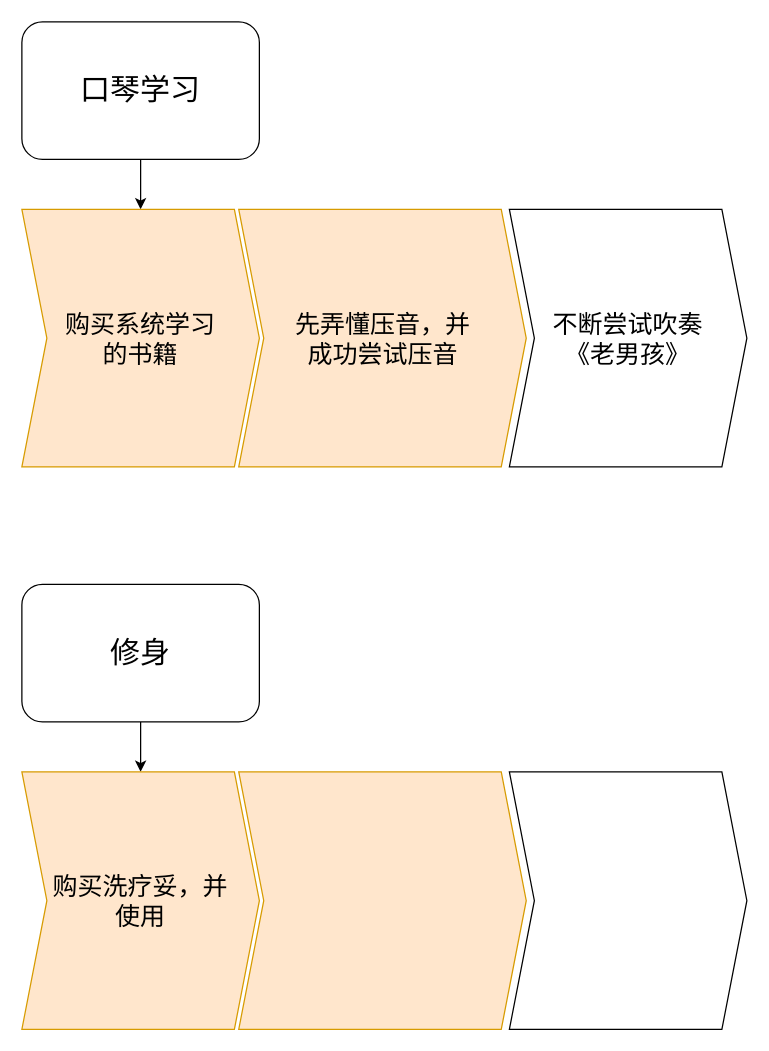
This is page "生活优化" (4 of 6) of scheduler.drawio from xiaoniaoyouhuajiang/ClassNotebook, a draw.io file, before an edit. Source tidied: cells renumbered, new cells numbered last; positions are measured from the earlier drawing's top-left corner, leaving out a move shared by most shapes. Both pictures are drawn from the tidied source at 125%, with x=0, y=0 at pixel (21, 21).
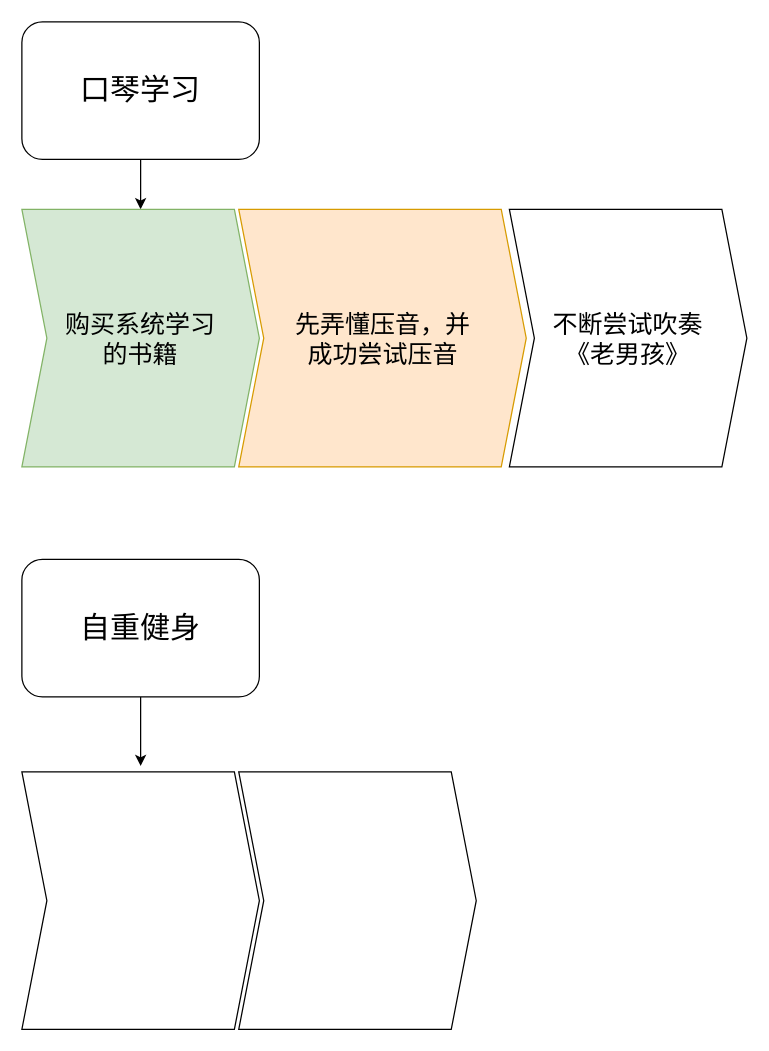
The same diagram, later.

What changed in the source:
```diff
@@
 <mxGraphModel>
   <root>
     <mxCell id="0" />
     <mxCell id="1" parent="0" />
     <mxCell id="2" style="edgeStyle=orthogonalEdgeStyle;rounded=0;jettySize=auto;html=1;" parent="1" edge="1" source="3" target="4">
       <mxGeometry relative="1" as="geometry" />
     </mxCell>
     <mxCell id="3" value="&lt;span style=&quot;font-size: 24px;&quot;&gt;口琴学习&lt;/span&gt;" style="rounded=1;whiteSpace=wrap;html=1;" parent="1" vertex="1">
       <mxGeometry width="190" height="110" as="geometry" />
     </mxCell>
-    <mxCell id="4" value="购买系统学习&#10;的书籍" style="shape=step;perimeter=stepPerimeter;fixedSize=1;points=[];whiteSpace=wrap;fontSize=20;fillColor=#ffe6cc;strokeColor=#d79b00;" parent="1" vertex="1">
+    <mxCell id="4" value="购买系统学习&#10;的书籍" style="shape=step;perimeter=stepPerimeter;fixedSize=1;points=[];whiteSpace=wrap;fontSize=20;fillColor=#d5e8d4;strokeColor=#82b366;" parent="1" vertex="1">
       <mxGeometry y="150" width="190" height="206" as="geometry" />
     </mxCell>
     <mxCell id="5" value="先弄懂压音，并&#10;成功尝试压音" style="shape=step;perimeter=stepPerimeter;fixedSize=1;whiteSpace=wrap;fontSize=20;fillColor=#ffe6cc;strokeColor=#d79b00;" parent="1" vertex="1">
       <mxGeometry x="173.5" y="150" width="230" height="206" as="geometry" />
     </mxCell>
     <mxCell id="6" value="不断尝试吹奏&#10;《老男孩》" style="shape=step;perimeter=stepPerimeter;fixedSize=1;whiteSpace=wrap;fontSize=20;" parent="1" vertex="1">
       <mxGeometry x="390" y="150" width="190" height="206" as="geometry" />
     </mxCell>
-    <mxCell id="7" style="edgeStyle=orthogonalEdgeStyle;rounded=0;jettySize=auto;html=1;" parent="1" edge="1" source="8" target="9">
-      <mxGeometry relative="1" as="geometry" />
-    </mxCell>
-    <mxCell id="8" value="&lt;span style=&quot;font-size: 24px&quot;&gt;修身&lt;/span&gt;" style="rounded=1;whiteSpace=wrap;html=1;" parent="1" vertex="1">
-      <mxGeometry y="450" width="190" height="110" as="geometry" />
-    </mxCell>
-    <mxCell id="9" value="购买洗疗妥，并&#10;使用" style="shape=step;perimeter=stepPerimeter;fixedSize=1;points=[];whiteSpace=wrap;fontSize=20;fillColor=#ffe6cc;strokeColor=#d79b00;" parent="1" vertex="1">
-      <mxGeometry y="600" width="190" height="206" as="geometry" />
-    </mxCell>
-    <mxCell id="10" style="shape=step;perimeter=stepPerimeter;fixedSize=1;whiteSpace=wrap;fontSize=20;fillColor=#ffe6cc;strokeColor=#d79b00;" parent="1" vertex="1">
-      <mxGeometry x="173.5" y="600" width="230" height="206" as="geometry" />
-    </mxCell>
-    <mxCell id="11" style="shape=step;perimeter=stepPerimeter;fixedSize=1;whiteSpace=wrap;fontSize=20;" parent="1" vertex="1">
-      <mxGeometry x="390" y="600" width="190" height="206" as="geometry" />
-    </mxCell>
+    <mxCell id="12" value="&lt;span style=&quot;font-size: 24px;&quot;&gt;自重健身&lt;/span&gt;" style="rounded=1;whiteSpace=wrap;html=1;" parent="1" vertex="1">
+      <mxGeometry y="430" width="190" height="110" as="geometry" />
+    </mxCell>
+    <mxCell id="13" style="shape=step;perimeter=stepPerimeter;fixedSize=1;points=[];whiteSpace=wrap;fontSize=20;" parent="1" vertex="1">
+      <mxGeometry y="600" width="190" height="206" as="geometry" />
+    </mxCell>
+    <mxCell id="14" style="edgeStyle=orthogonalEdgeStyle;rounded=0;jettySize=auto;html=1;entryX=0.5;entryY=-0.023;entryDx=0;entryDy=0;entryPerimeter=0;" parent="1" edge="1" source="12" target="13">
+      <mxGeometry relative="1" as="geometry" />
+    </mxCell>
+    <mxCell id="15" style="shape=step;perimeter=stepPerimeter;fixedSize=1;whiteSpace=wrap;fontSize=20;" parent="1" vertex="1">
+      <mxGeometry x="173.5" y="600" width="190" height="206" as="geometry" />
+    </mxCell>
   </root>
 </mxGraphModel>
```
